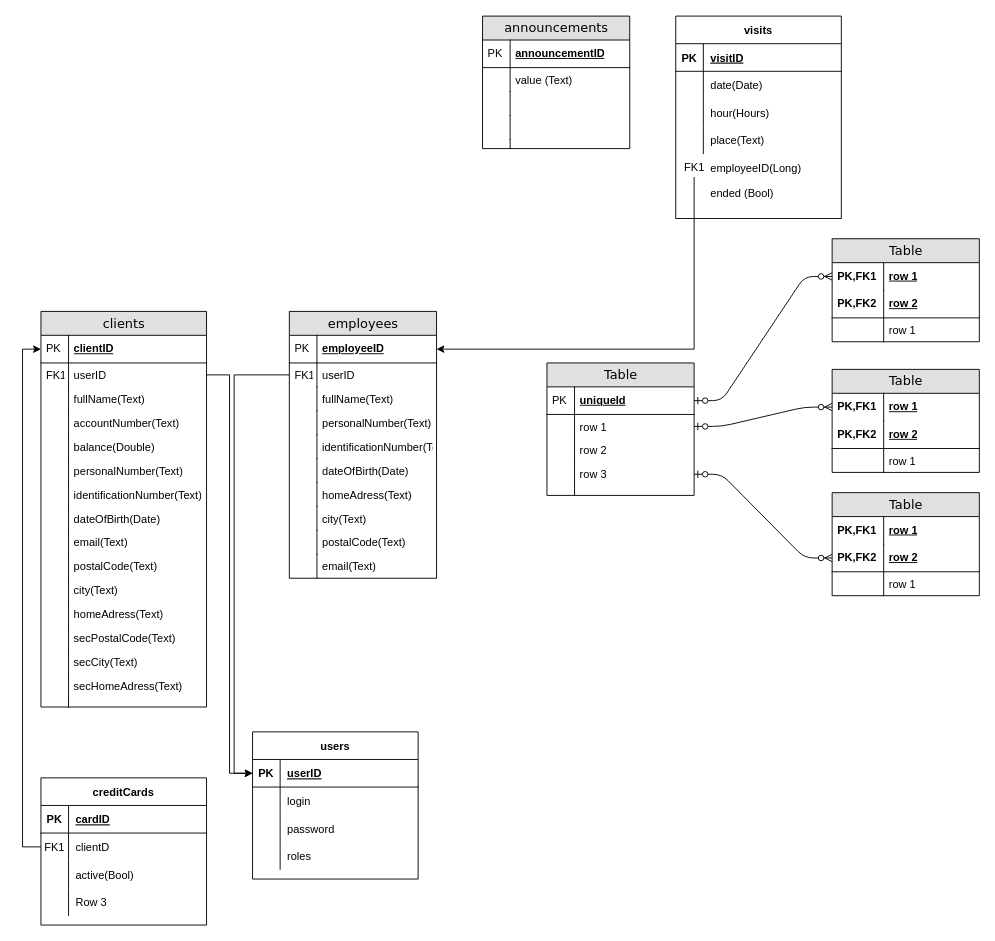
Paros998/OnlineBankBackend keeps this draw.io diagram as src/main/backend/DatabaseSchema.drawio. Above is the earlier version. Source tidied: cells renumbered, new cells numbered last; positions are measured from the earlier drawing's top-left corner, leaving out a move shared by most shapes. Both pictures are drawn from the tidied source at 92%, with x=0, y=0 at pixel (40, 16).
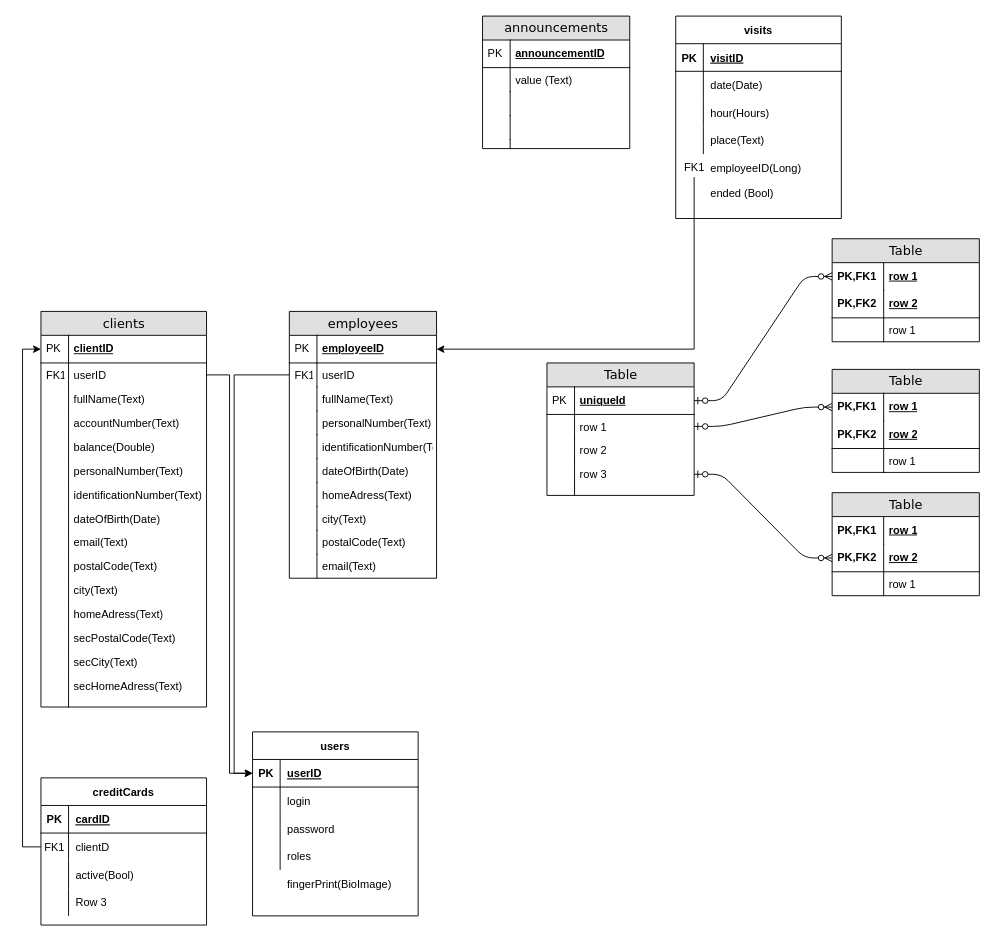
The same page after the edit.

Change to the diagram source:
```diff
@@
     <mxCell id="102" value="users" style="shape=table;startSize=30;childLayout=tableLayout;rowLines=0;fontStyle=1;align=center;" parent="1" vertex="1">
-      <mxGeometry x="230" y="778" width="180" height="160" as="geometry" />
+      <mxGeometry x="230" y="778" width="180" height="200" as="geometry" />
     </mxCell>
@@
+    <mxCell id="150" value="fingerPrint(BioImage)" style="shape=partialRectangle;fillColor=none;top=0;left=0;bottom=0;right=0;align=left;spacingLeft=6;overflow=hidden;" parent="1" vertex="1">
+      <mxGeometry x="260" y="928" width="150" height="30" as="geometry" />
+    </mxCell>
```
